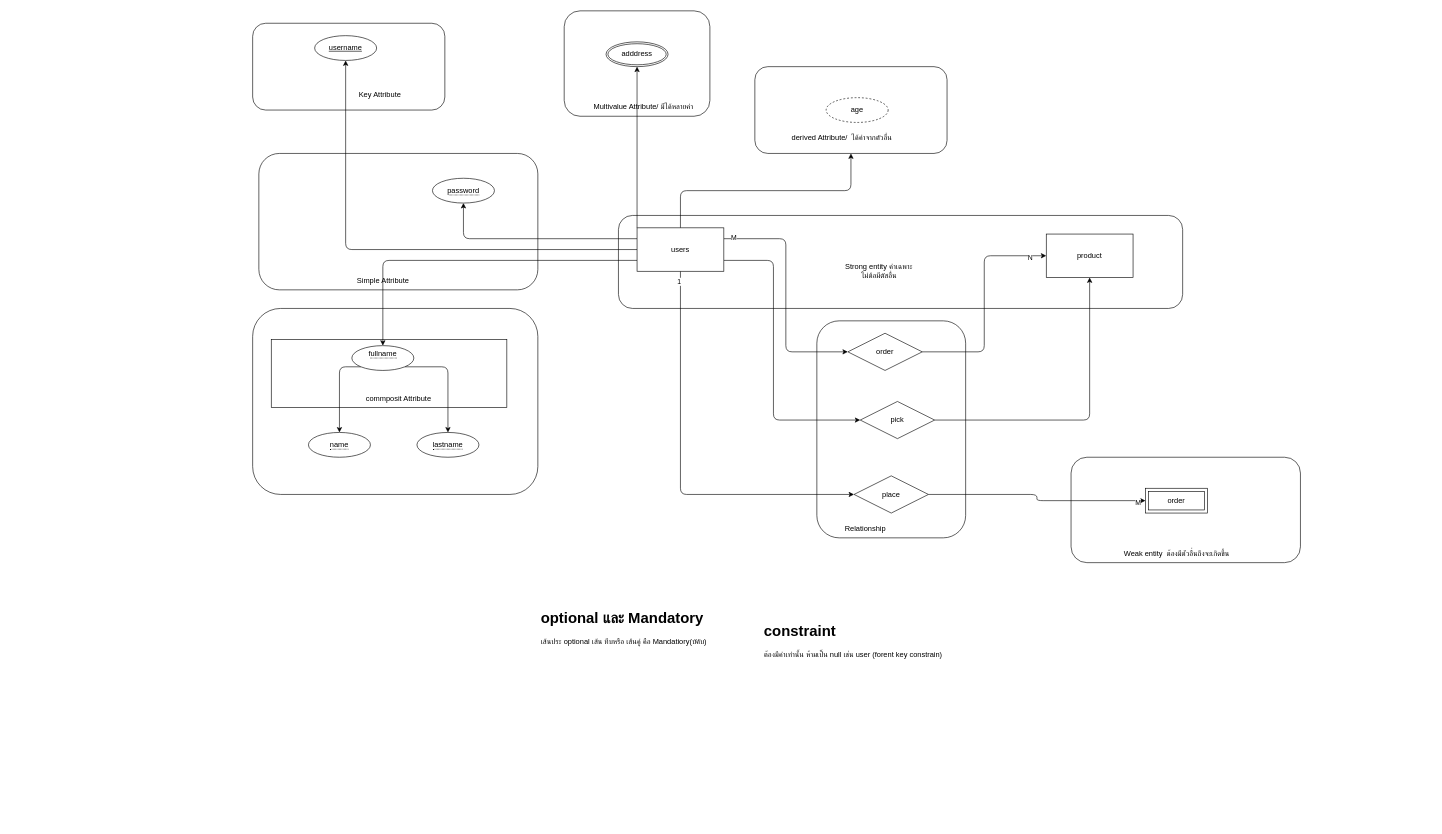
The draw.io diagram page "Page-1" (1 of 2) of entity_attribute .dio in issarapong/Database, before the edit. Source tidied: cells renumbered, new cells numbered last; positions are measured from the earlier drawing's top-left corner, leaving out a move shared by most shapes. Both pictures are drawn from the tidied source at 62%, with x=0, y=0 at pixel (252, 11).
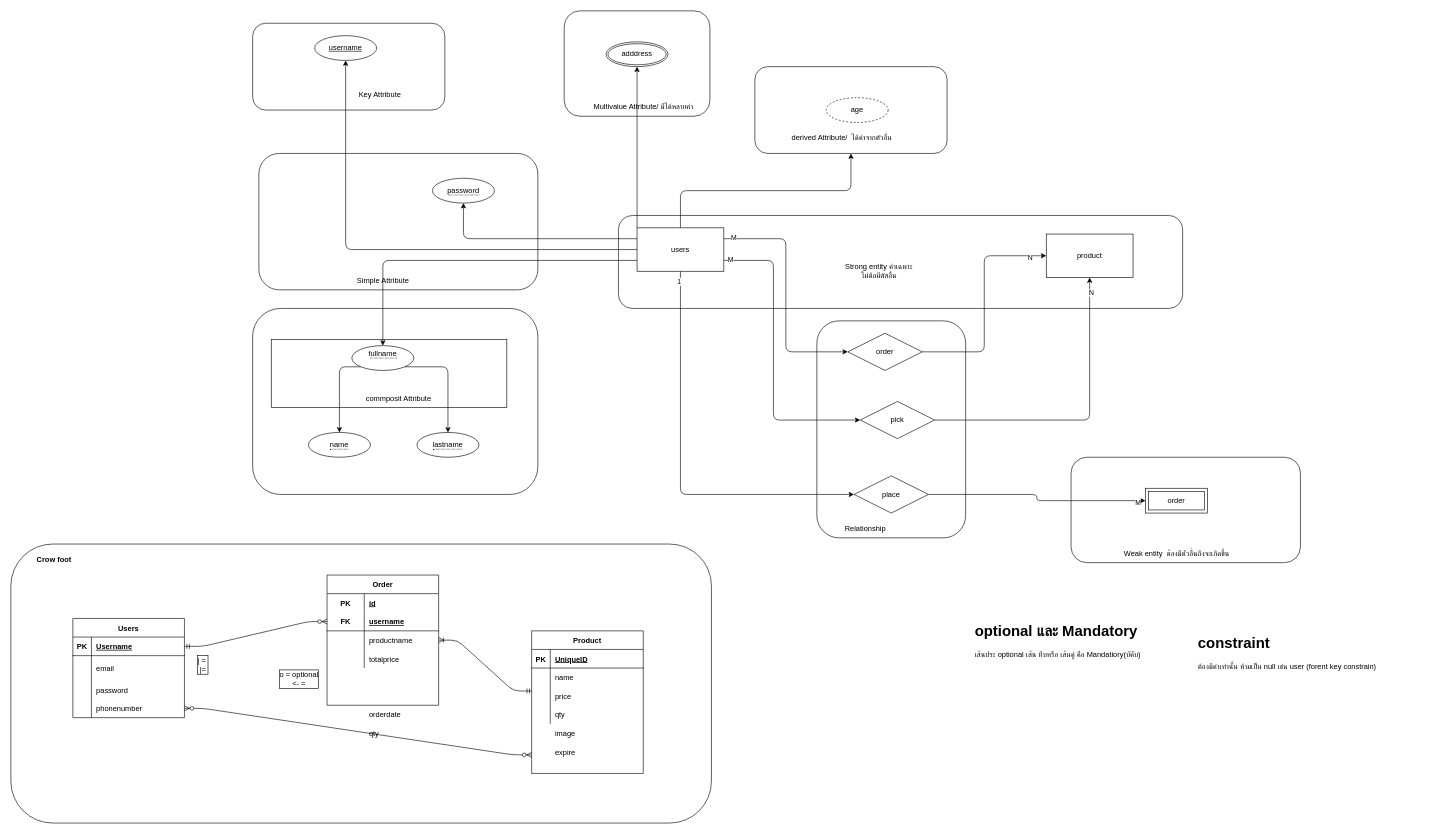
The same diagram, later.

Unchanged cells that the change refers to:
```xml
<mxCell id="17" style="edgeStyle=orthogonalEdgeStyle;html=1;exitX=1;exitY=0.75;exitDx=0;exitDy=0;entryX=0;entryY=0.5;entryDx=0;entryDy=0;" parent="1" edge="1" source="21" target="47">
  <mxGeometry relative="1" as="geometry">
    <Array as="points">
      <mxPoint x="840" y="403" />
      <mxPoint x="840" y="660" />
    </Array>
  </mxGeometry>
</mxCell>
<mxCell id="46" style="edgeStyle=orthogonalEdgeStyle;html=1;exitX=1;exitY=0.5;exitDx=0;exitDy=0;entryX=0.5;entryY=1;entryDx=0;entryDy=0;" parent="1" edge="1" source="47" target="22">
  <mxGeometry relative="1" as="geometry" />
</mxCell>
```

Diff of the diagram source:
```diff
@@
+    <mxCell id="51" style="rounded=1;whiteSpace=wrap;html=1;" parent="1" vertex="1">
+      <mxGeometry x="-390" y="860" width="1130" height="450" as="geometry" />
+    </mxCell>
@@
+    <mxCell id="52" value="M" style="edgeLabel;html=1;align=center;verticalAlign=middle;" parent="17" vertex="1">
+      <mxGeometry x="-0.96" y="2" relative="1" as="geometry" />
+    </mxCell>
@@
+    <mxCell id="53" value="N" style="edgeLabel;html=1;align=center;verticalAlign=middle;" parent="46" vertex="1">
+      <mxGeometry x="0.9" y="-1" relative="1" as="geometry">
+        <mxPoint x="1" as="offset" />
+      </mxGeometry>
+    </mxCell>
@@
     <mxCell id="49" value="&lt;h1&gt;optional และ Mandatory&lt;/h1&gt;&lt;p&gt;เส้นประ optional เส้น ทึบหรือ เส้นคู่ คือ Mandatiory(บัคับ)&lt;/p&gt;" style="text;html=1;strokeColor=none;fillColor=none;spacing=5;spacingTop=-20;whiteSpace=wrap;overflow=hidden;rounded=0;" parent="1" vertex="1">
-      <mxGeometry x="460" y="960" width="380" height="120" as="geometry" />
+      <mxGeometry x="1160" y="980" width="380" height="120" as="geometry" />
     </mxCell>
     <mxCell id="50" value="&lt;h1&gt;constraint&lt;/h1&gt;&lt;p&gt;ต้องมีค่าเท่านั้น ห้ามเป็น null เช่น user (forent key constrain)&lt;/p&gt;" style="text;html=1;strokeColor=none;fillColor=none;spacing=5;spacingTop=-20;whiteSpace=wrap;overflow=hidden;rounded=0;" parent="1" vertex="1">
-      <mxGeometry x="820" y="980" width="380" height="120" as="geometry" />
+      <mxGeometry x="1520" y="1000" width="380" height="120" as="geometry" />
     </mxCell>
+    <mxCell id="54" value="Users" style="shape=table;startSize=30;childLayout=tableLayout;rowLines=0;fontStyle=1;align=center;" parent="1" vertex="1">
+      <mxGeometry x="-290" y="980" width="180" height="160" as="geometry" />
+    </mxCell>
+    <mxCell id="55" style="shape=tableRow;horizontal=0;startSize=0;swimlaneHead=0;swimlaneBody=0;fillColor=none;points=[[0,0.5],[1,0.5]];portConstraint=eastwest;top=0;left=0;right=0;bottom=1;" parent="54" vertex="1">
+      <mxGeometry y="30" width="180" height="30" as="geometry" />
+    </mxCell>
+    <mxCell id="56" value="PK" style="shape=partialRectangle;fillColor=none;top=0;left=0;bottom=0;right=0;fontStyle=1;overflow=hidden;" parent="55" vertex="1">
+      <mxGeometry width="30" height="30" as="geometry" />
+    </mxCell>
+    <mxCell id="57" value="Username" style="shape=partialRectangle;fillColor=none;top=0;left=0;bottom=0;right=0;align=left;spacingLeft=6;fontStyle=5;overflow=hidden;" parent="55" vertex="1">
+      <mxGeometry x="30" width="150" height="30" as="geometry" />
+    </mxCell>
+    <mxCell id="58" style="shape=tableRow;horizontal=0;startSize=0;swimlaneHead=0;swimlaneBody=0;fillColor=none;top=0;left=0;right=0;bottom=0;" parent="54" vertex="1">
+      <mxGeometry y="60" width="180" height="40" as="geometry" />
+    </mxCell>
+    <mxCell id="59" style="shape=partialRectangle;fillColor=none;top=0;left=0;bottom=0;right=0;overflow=hidden;" parent="58" vertex="1">
+      <mxGeometry width="30" height="40" as="geometry" />
+    </mxCell>
+    <mxCell id="60" value="email" style="shape=partialRectangle;fillColor=none;top=0;left=0;bottom=0;right=0;align=left;spacingLeft=6;overflow=hidden;" parent="58" vertex="1">
+      <mxGeometry x="30" width="150" height="40" as="geometry" />
+    </mxCell>
+    <mxCell id="61" style="shape=tableRow;horizontal=0;startSize=0;swimlaneHead=0;swimlaneBody=0;fillColor=none;top=0;left=0;right=0;bottom=0;" parent="54" vertex="1">
+      <mxGeometry y="100" width="180" height="30" as="geometry" />
+    </mxCell>
+    <mxCell id="62" style="shape=partialRectangle;fillColor=none;top=0;left=0;bottom=0;right=0;overflow=hidden;" parent="61" vertex="1">
+      <mxGeometry width="30" height="30" as="geometry" />
+    </mxCell>
+    <mxCell id="63" value="password" style="shape=partialRectangle;fillColor=none;top=0;left=0;bottom=0;right=0;align=left;spacingLeft=6;overflow=hidden;" parent="61" vertex="1">
+      <mxGeometry x="30" width="150" height="30" as="geometry" />
+    </mxCell>
+    <mxCell id="64" style="shape=tableRow;horizontal=0;startSize=0;swimlaneHead=0;swimlaneBody=0;fillColor=none;points=[[0,0.5],[1,0.5]];portConstraint=eastwest;top=0;left=0;right=0;bottom=0;" parent="54" vertex="1">
+      <mxGeometry y="130" width="180" height="30" as="geometry" />
+    </mxCell>
+    <mxCell id="65" style="shape=partialRectangle;fillColor=none;top=0;left=0;bottom=0;right=0;overflow=hidden;" parent="64" vertex="1">
+      <mxGeometry width="30" height="30" as="geometry" />
+    </mxCell>
+    <mxCell id="66" value="phonenumber" style="shape=partialRectangle;fillColor=none;top=0;left=0;bottom=0;right=0;align=left;spacingLeft=6;overflow=hidden;" parent="64" vertex="1">
+      <mxGeometry x="30" width="150" height="30" as="geometry" />
+    </mxCell>
+    <mxCell id="67" value="Order" style="shape=table;startSize=30;childLayout=tableLayout;rowLines=0;fontStyle=1;align=center;" parent="1" vertex="1">
+      <mxGeometry x="120" y="910" width="180" height="210" as="geometry" />
+    </mxCell>
+    <mxCell id="68" style="shape=tableRow;horizontal=0;startSize=0;swimlaneHead=0;swimlaneBody=0;fillColor=none;top=0;left=0;right=0;bottom=0;" parent="67" vertex="1">
+      <mxGeometry y="30" width="180" height="30" as="geometry" />
+    </mxCell>
+    <mxCell id="69" value="PK" style="shape=partialRectangle;fillColor=none;top=0;left=0;bottom=0;right=0;fontStyle=1;overflow=hidden;" parent="68" vertex="1">
+      <mxGeometry width="60" height="30" as="geometry" />
+    </mxCell>
+    <mxCell id="70" value="id" style="shape=partialRectangle;fillColor=none;top=0;left=0;bottom=0;right=0;align=left;spacingLeft=6;fontStyle=5;overflow=hidden;" parent="68" vertex="1">
+      <mxGeometry x="60" width="120" height="30" as="geometry" />
+    </mxCell>
+    <mxCell id="71" style="shape=tableRow;horizontal=0;startSize=0;swimlaneHead=0;swimlaneBody=0;fillColor=none;points=[[0,0.5],[1,0.5]];portConstraint=eastwest;top=0;left=0;right=0;bottom=1;" parent="67" vertex="1">
+      <mxGeometry y="60" width="180" height="30" as="geometry" />
+    </mxCell>
+    <mxCell id="72" value="FK" style="shape=partialRectangle;fillColor=none;top=0;left=0;bottom=0;right=0;fontStyle=1;overflow=hidden;" parent="71" vertex="1">
+      <mxGeometry width="60" height="30" as="geometry" />
+    </mxCell>
+    <mxCell id="73" value="username" style="shape=partialRectangle;fillColor=none;top=0;left=0;bottom=0;right=0;align=left;spacingLeft=6;fontStyle=5;overflow=hidden;" parent="71" vertex="1">
+      <mxGeometry x="60" width="120" height="30" as="geometry" />
+    </mxCell>
+    <mxCell id="74" style="shape=tableRow;horizontal=0;startSize=0;swimlaneHead=0;swimlaneBody=0;fillColor=none;points=[[0,0.5],[1,0.5]];portConstraint=eastwest;top=0;left=0;right=0;bottom=0;" parent="67" vertex="1">
+      <mxGeometry y="90" width="180" height="30" as="geometry" />
+    </mxCell>
+    <mxCell id="75" style="shape=partialRectangle;fillColor=none;top=0;left=0;bottom=0;right=0;overflow=hidden;" parent="74" vertex="1">
+      <mxGeometry width="60" height="30" as="geometry" />
+    </mxCell>
+    <mxCell id="76" value="productname" style="shape=partialRectangle;fillColor=none;top=0;left=0;bottom=0;right=0;align=left;spacingLeft=6;overflow=hidden;" parent="74" vertex="1">
+      <mxGeometry x="60" width="120" height="30" as="geometry" />
+    </mxCell>
+    <mxCell id="77" style="shape=tableRow;horizontal=0;startSize=0;swimlaneHead=0;swimlaneBody=0;fillColor=none;top=0;left=0;right=0;bottom=0;" parent="67" vertex="1">
+      <mxGeometry y="120" width="180" height="30" as="geometry" />
+    </mxCell>
+    <mxCell id="78" style="shape=partialRectangle;fillColor=none;top=0;left=0;bottom=0;right=0;overflow=hidden;" parent="77" vertex="1">
+      <mxGeometry width="60" height="30" as="geometry" />
+    </mxCell>
+    <mxCell id="79" value="totalprice" style="shape=partialRectangle;fillColor=none;top=0;left=0;bottom=0;right=0;align=left;spacingLeft=6;overflow=hidden;" parent="77" vertex="1">
+      <mxGeometry x="60" width="120" height="30" as="geometry" />
+    </mxCell>
+    <mxCell id="80" value="orderdate" style="shape=partialRectangle;fillColor=none;top=0;left=0;bottom=0;right=0;align=left;spacingLeft=6;overflow=hidden;" parent="1" vertex="1">
+      <mxGeometry x="180" y="1120" width="120" height="30" as="geometry" />
+    </mxCell>
+    <mxCell id="81" value="qty" style="shape=partialRectangle;fillColor=none;top=0;left=0;bottom=0;right=0;align=left;spacingLeft=6;overflow=hidden;" parent="1" vertex="1">
+      <mxGeometry x="180" y="1150" width="120" height="30" as="geometry" />
+    </mxCell>
+    <mxCell id="82" value="Crow foot" style="text;html=1;strokeColor=none;fillColor=none;align=center;verticalAlign=middle;whiteSpace=wrap;rounded=0;fontStyle=1;" parent="1" vertex="1">
+      <mxGeometry x="-350" y="870" width="60" height="30" as="geometry" />
+    </mxCell>
+    <mxCell id="83" style="edgeStyle=entityRelationEdgeStyle;fontSize=12;html=1;endArrow=ERzeroToMany;startArrow=ERmandOne;exitX=1;exitY=0.5;exitDx=0;exitDy=0;entryX=0;entryY=0.5;entryDx=0;entryDy=0;" parent="1" edge="1" source="55" target="71">
+      <mxGeometry relative="1" as="geometry" />
+    </mxCell>
+    <mxCell id="84" value="o = optional&lt;br&gt;&amp;lt;- =" style="text;html=1;strokeColor=none;fillColor=none;align=center;verticalAlign=middle;whiteSpace=wrap;rounded=0;labelBorderColor=default;" parent="1" vertex="1">
+      <mxGeometry x="10" y="1055" width="130" height="45" as="geometry" />
+    </mxCell>
+    <mxCell id="85" value="| =&amp;nbsp;&lt;br&gt;|=" style="text;html=1;strokeColor=none;fillColor=none;align=center;verticalAlign=middle;whiteSpace=wrap;rounded=0;labelBorderColor=default;" parent="1" vertex="1">
+      <mxGeometry x="-110" y="1040" width="60" height="30" as="geometry" />
+    </mxCell>
+    <mxCell id="86" value="Product" style="shape=table;startSize=30;childLayout=tableLayout;rowLines=0;fontStyle=1;align=center;labelBorderColor=none;" parent="1" vertex="1">
+      <mxGeometry x="450" y="1000" width="180" height="230" as="geometry" />
+    </mxCell>
+    <mxCell id="87" style="shape=tableRow;horizontal=0;startSize=0;swimlaneHead=0;swimlaneBody=0;fillColor=none;top=0;left=0;right=0;bottom=1;labelBorderColor=default;" parent="86" vertex="1">
+      <mxGeometry y="30" width="180" height="30" as="geometry" />
+    </mxCell>
+    <mxCell id="88" value="PK" style="shape=partialRectangle;fillColor=none;top=0;left=0;bottom=0;right=0;fontStyle=1;overflow=hidden;labelBorderColor=none;" parent="87" vertex="1">
+      <mxGeometry width="30" height="30" as="geometry" />
+    </mxCell>
+    <mxCell id="89" value="UniqueID" style="shape=partialRectangle;fillColor=none;top=0;left=0;bottom=0;right=0;align=left;spacingLeft=6;fontStyle=5;overflow=hidden;labelBorderColor=none;" parent="87" vertex="1">
+      <mxGeometry x="30" width="150" height="30" as="geometry" />
+    </mxCell>
+    <mxCell id="90" style="shape=tableRow;horizontal=0;startSize=0;swimlaneHead=0;swimlaneBody=0;fillColor=none;top=0;left=0;right=0;bottom=0;labelBorderColor=default;" parent="86" vertex="1">
+      <mxGeometry y="60" width="180" height="30" as="geometry" />
+    </mxCell>
+    <mxCell id="91" style="shape=partialRectangle;fillColor=none;top=0;left=0;bottom=0;right=0;overflow=hidden;labelBorderColor=default;" parent="90" vertex="1">
+      <mxGeometry width="30" height="30" as="geometry" />
+    </mxCell>
+    <mxCell id="92" value="name" style="shape=partialRectangle;fillColor=none;top=0;left=0;bottom=0;right=0;align=left;spacingLeft=6;overflow=hidden;labelBorderColor=none;" parent="90" vertex="1">
+      <mxGeometry x="30" width="150" height="30" as="geometry" />
+    </mxCell>
+    <mxCell id="93" style="shape=tableRow;horizontal=0;startSize=0;swimlaneHead=0;swimlaneBody=0;fillColor=none;points=[[0,0.5],[1,0.5]];portConstraint=eastwest;top=0;left=0;right=0;bottom=0;labelBorderColor=default;" parent="86" vertex="1">
+      <mxGeometry y="90" width="180" height="30" as="geometry" />
+    </mxCell>
+    <mxCell id="94" style="shape=partialRectangle;fillColor=none;top=0;left=0;bottom=0;right=0;overflow=hidden;labelBorderColor=default;" parent="93" vertex="1">
+      <mxGeometry width="30" height="30" as="geometry" />
+    </mxCell>
+    <mxCell id="95" value="price" style="shape=partialRectangle;fillColor=none;top=0;left=0;bottom=0;right=0;align=left;spacingLeft=6;overflow=hidden;labelBorderColor=none;" parent="93" vertex="1">
+      <mxGeometry x="30" width="150" height="30" as="geometry" />
+    </mxCell>
+    <mxCell id="96" style="shape=tableRow;horizontal=0;startSize=0;swimlaneHead=0;swimlaneBody=0;fillColor=none;top=0;left=0;right=0;bottom=0;labelBorderColor=default;" parent="86" vertex="1">
+      <mxGeometry y="120" width="180" height="30" as="geometry" />
+    </mxCell>
+    <mxCell id="97" style="shape=partialRectangle;fillColor=none;top=0;left=0;bottom=0;right=0;overflow=hidden;labelBorderColor=default;" parent="96" vertex="1">
+      <mxGeometry width="30" height="30" as="geometry" />
+    </mxCell>
+    <mxCell id="98" value="qty" style="shape=partialRectangle;fillColor=none;top=0;left=0;bottom=0;right=0;align=left;spacingLeft=6;overflow=hidden;labelBorderColor=none;" parent="96" vertex="1">
+      <mxGeometry x="30" width="150" height="30" as="geometry" />
+    </mxCell>
+    <mxCell id="99" style="shape=tableRow;horizontal=0;startSize=0;swimlaneHead=0;swimlaneBody=0;fillColor=none;top=0;left=0;right=0;bottom=0;labelBorderColor=default;" parent="1" vertex="1">
+      <mxGeometry x="450" y="1150" width="180" height="30" as="geometry" />
+    </mxCell>
+    <mxCell id="100" style="shape=partialRectangle;fillColor=none;top=0;left=0;bottom=0;right=0;overflow=hidden;labelBorderColor=default;" parent="99" vertex="1">
+      <mxGeometry width="30" height="30" as="geometry" />
+    </mxCell>
+    <mxCell id="101" value="image" style="shape=partialRectangle;fillColor=none;top=0;left=0;bottom=0;right=0;align=left;spacingLeft=6;overflow=hidden;labelBorderColor=none;" parent="99" vertex="1">
+      <mxGeometry x="30" width="150" height="30" as="geometry" />
+    </mxCell>
+    <mxCell id="102" value="expire" style="shape=partialRectangle;fillColor=none;top=0;left=0;bottom=0;right=0;align=left;spacingLeft=6;overflow=hidden;labelBorderColor=none;" parent="1" vertex="1">
+      <mxGeometry x="480" y="1180" width="150" height="30" as="geometry" />
+    </mxCell>
+    <mxCell id="103" style="edgeStyle=entityRelationEdgeStyle;fontSize=12;html=1;endArrow=ERoneToMany;startArrow=ERmandOne;exitX=0.003;exitY=0.233;exitDx=0;exitDy=0;entryX=1;entryY=0.5;entryDx=0;entryDy=0;exitPerimeter=0;" parent="1" edge="1" source="93" target="74">
+      <mxGeometry relative="1" as="geometry" />
+    </mxCell>
+    <mxCell id="104" style="edgeStyle=entityRelationEdgeStyle;fontSize=12;html=1;endArrow=ERzeroToMany;endFill=1;startArrow=ERzeroToMany;exitX=1;exitY=0.5;exitDx=0;exitDy=0;" parent="1" edge="1" source="64">
+      <mxGeometry relative="1" as="geometry">
+        <mxPoint x="450" y="1200" as="targetPoint" />
+      </mxGeometry>
+    </mxCell>
```
